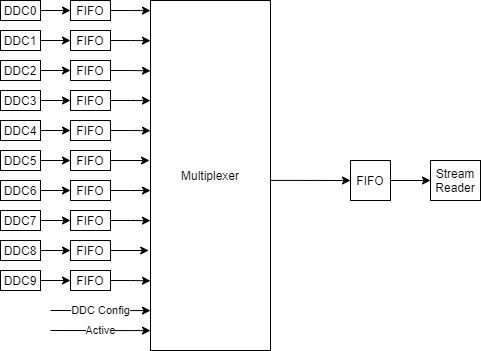
This is FPGA/documentation/Alternate DDC to Processor Interface.drawio.png from laurencebarker/Saturn, a draw.io export, as it was before one commit. Source tidied: cells renumbered, new cells last; positions are measured from the earlier drawing's top-left corner, leaving out a move shared by most shapes.
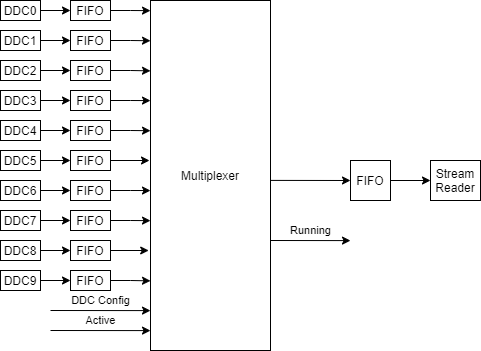
Above is the later version.

The edit, as a diff of the source:
```diff
@@ -138,15 +138,21 @@
       <mxGeometry relative="1" as="geometry" />
     </mxCell>
     <mxCell id="47" value="DDC Config" style="endArrow=classic;html=1;rounded=0;entryX=0;entryY=0.886;entryDx=0;entryDy=0;entryPerimeter=0;" parent="1" edge="1" target="42">
-      <mxGeometry relative="1" as="geometry">
+      <mxGeometry y="10" relative="1" as="geometry">
         <mxPoint x="50" y="310" as="sourcePoint" />
       </mxGeometry>
     </mxCell>
     <mxCell id="48" value="Active" style="endArrow=classic;html=1;rounded=0;entryX=0;entryY=0.886;entryDx=0;entryDy=0;entryPerimeter=0;" parent="1" edge="1">
-      <mxGeometry relative="1" as="geometry">
+      <mxGeometry y="10" relative="1" as="geometry">
         <mxPoint x="50" y="330" as="sourcePoint" />
         <mxPoint x="150" y="330.1" as="targetPoint" />
       </mxGeometry>
     </mxCell>
+    <mxCell id="49" value="Running" style="endArrow=classic;html=1;rounded=0;entryX=0;entryY=0.5;entryDx=0;entryDy=0;exitX=1;exitY=0.514;exitDx=0;exitDy=0;exitPerimeter=0;" parent="1" edge="1">
+      <mxGeometry y="10" relative="1" as="geometry">
+        <mxPoint x="270" y="240" as="sourcePoint" />
+        <mxPoint x="350" y="240.1" as="targetPoint" />
+      </mxGeometry>
+    </mxCell>
   </root>
 </mxGraphModel>
```
